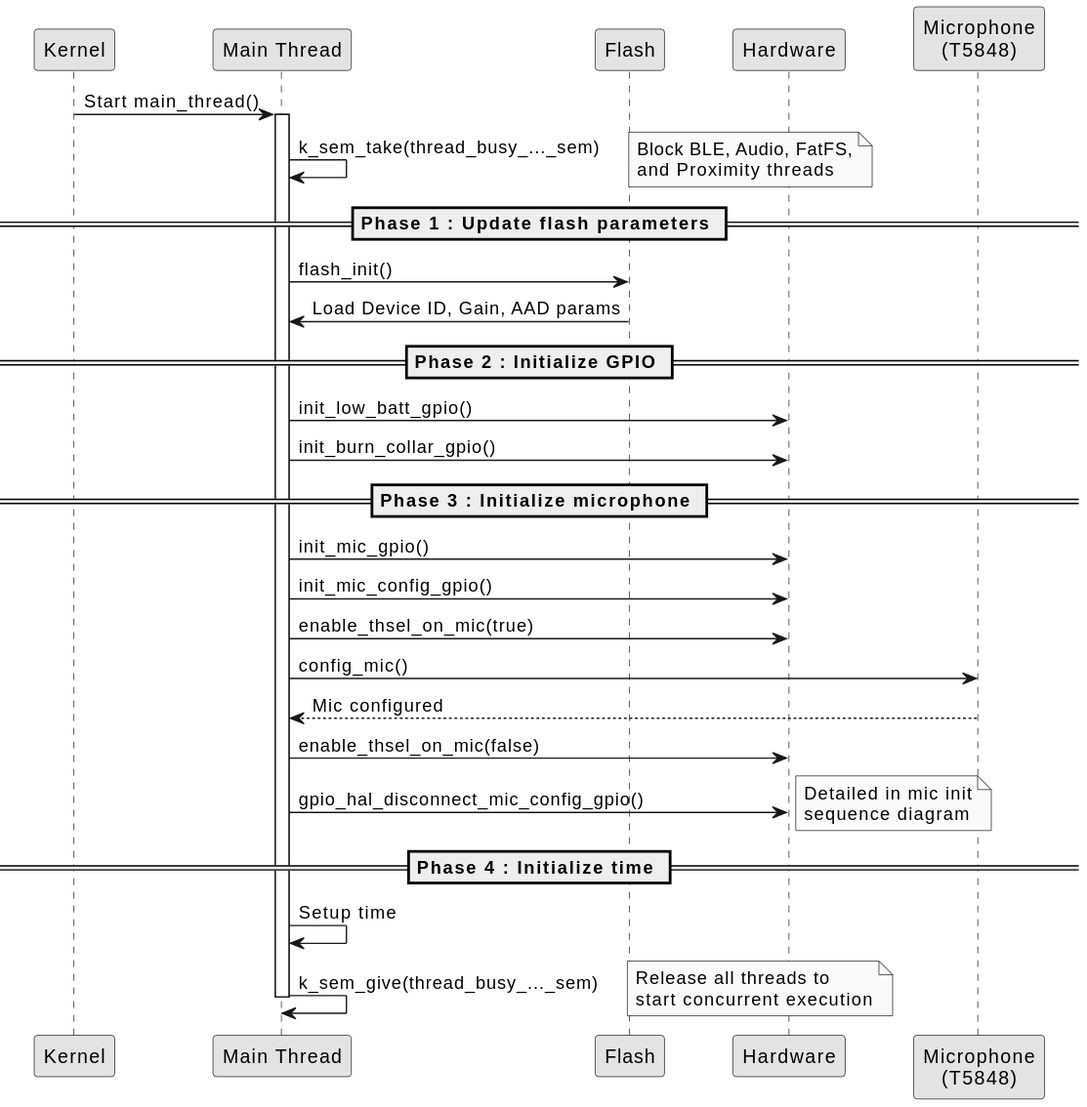
This is 03-Software/nrf-monkey-main/uml/out/uml/main/initialization-main-sequence.svg from DrinkDark/Master_TM_DataCollar, a PlantUML export, as it was before one commit.
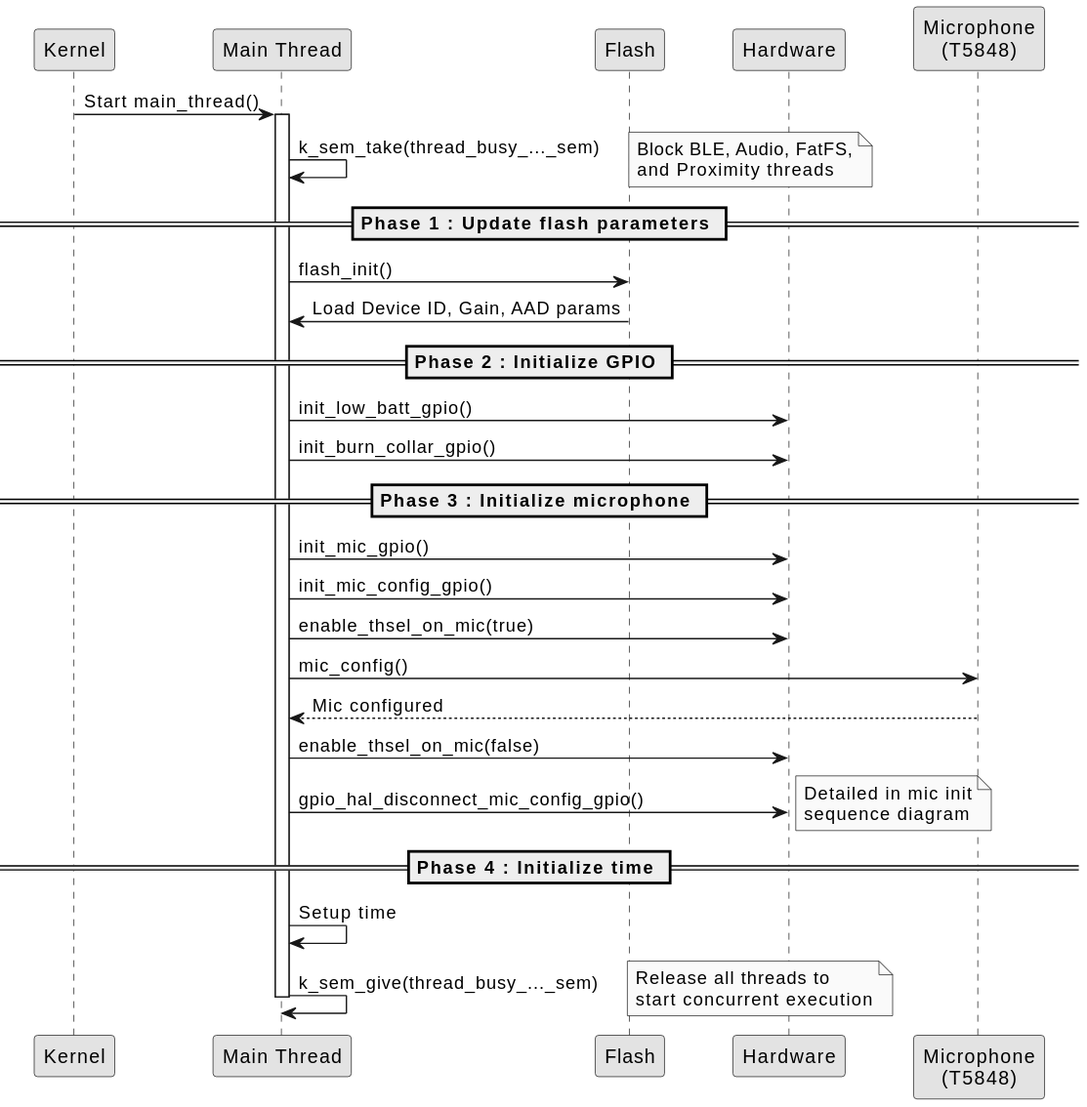
Later version of the same file.

What changed in the source:
```diff
@@ -27,7 +27,7 @@
 Main -> HW : init_mic_gpio()
 Main -> HW : init_mic_config_gpio()
 Main -> HW : enable_thsel_on_mic(true)
-Main -> Mic : config_mic()
+Main -> Mic : mic_config()
 Mic --> Main : Mic configured
 Main -> HW : enable_thsel_on_mic(false)
 Main -> HW : gpio_hal_disconnect_mic_config_gpio()
```
